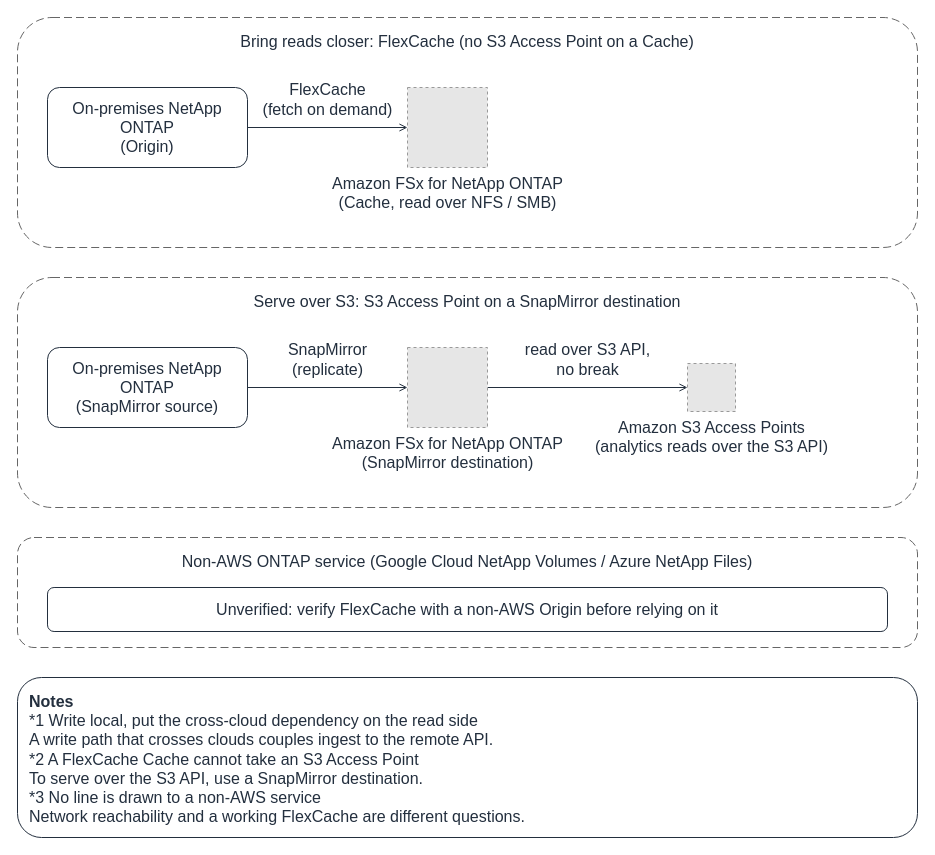
Before: docs/_assets/diagrams/ai-hpc-cross-cloud-mobility-en.drawio in Yoshiki0705/FSx-for-ONTAP-Adoption-Playbook, a draw.io diagram. Source tidied: cells renumbered, new cells numbered last; positions are measured from the earlier drawing's top-left corner, leaving out a move shared by most shapes. Both pictures are drawn from the tidied source at 100%, with x=0, y=0 at pixel (17, 17). Pictures stored in the file or linked from it are replaced by grey dashed boxes.
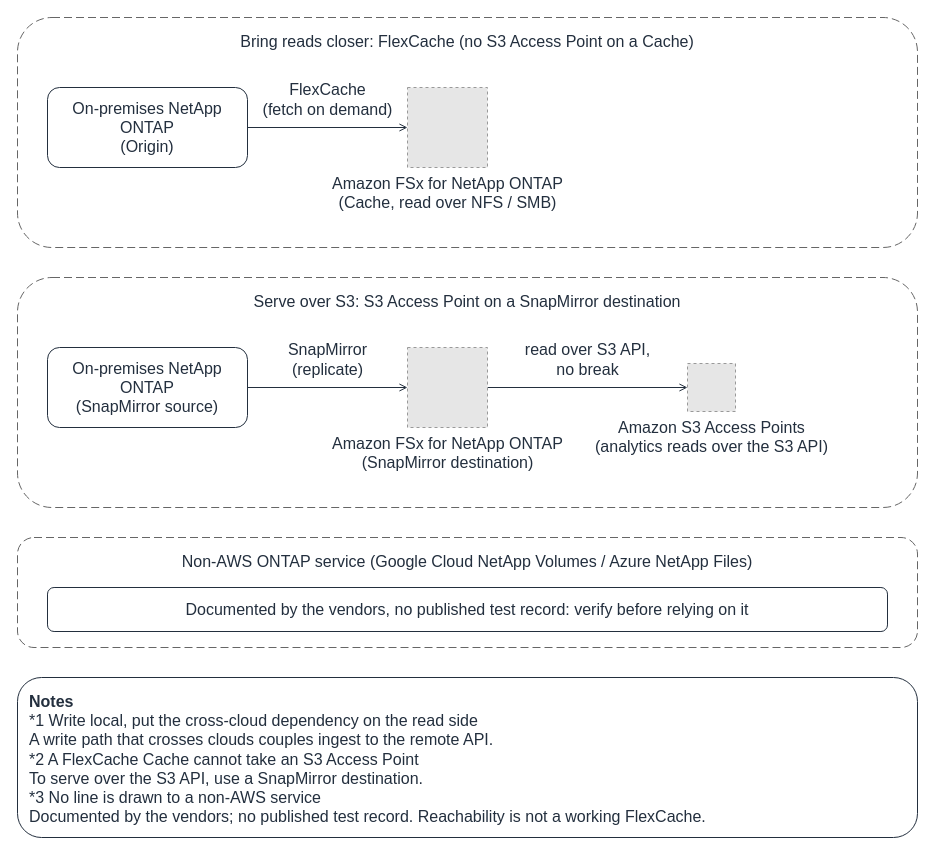
After the change.

The edit, as a diff of the source:
```diff
@@
 <mxGraphModel background="#FFFFFF">
   <root>
     <mxCell id="0" />
     <mxCell id="1" parent="0" />
     <mxCell id="2" value="FlexCache&lt;br&gt;(fetch on demand)" style="edgeStyle=orthogonalEdgeStyle;rounded=0;html=1;endArrow=open;endFill=0;strokeColor=#232F3E;strokeWidth=1;fontSize=16;fontColor=#232F3E;labelBackgroundColor=#FFFFFF;exitX=1.0;exitY=0.5;exitDx=0;exitDy=0;entryX=0.0;entryY=0.5;entryDx=0;entryDy=0;" parent="1" edge="1" source="8" target="12">
       <mxGeometry relative="1" as="geometry">
         <mxPoint y="-28" as="offset" />
       </mxGeometry>
     </mxCell>
     <mxCell id="3" value="SnapMirror&lt;br&gt;(replicate)" style="edgeStyle=orthogonalEdgeStyle;rounded=0;html=1;endArrow=open;endFill=0;strokeColor=#232F3E;strokeWidth=1;fontSize=16;fontColor=#232F3E;labelBackgroundColor=#FFFFFF;exitX=1.0;exitY=0.5;exitDx=0;exitDy=0;entryX=0.0;entryY=0.5;entryDx=0;entryDy=0;" parent="1" edge="1" source="9" target="13">
       <mxGeometry relative="1" as="geometry">
         <mxPoint y="-28" as="offset" />
       </mxGeometry>
     </mxCell>
     <mxCell id="4" value="read over S3 API,&lt;br&gt;no break" style="edgeStyle=orthogonalEdgeStyle;rounded=0;html=1;endArrow=open;endFill=0;strokeColor=#232F3E;strokeWidth=1;fontSize=16;fontColor=#232F3E;labelBackgroundColor=#FFFFFF;exitX=1.0;exitY=0.5;exitDx=0;exitDy=0;entryX=0.0;entryY=0.5;entryDx=0;entryDy=0;" parent="1" edge="1" source="13" target="14">
       <mxGeometry relative="1" as="geometry">
         <mxPoint y="-28" as="offset" />
       </mxGeometry>
     </mxCell>
     <mxCell id="5" value="Bring reads closer: FlexCache (no S3 Access Point on a Cache)" style="rounded=1;whiteSpace=wrap;html=1;dashed=1;dashPattern=8 4;strokeColor=#666666;fillColor=none;fontColor=#232F3E;fontSize=16;verticalAlign=top;align=center;spacingTop=8;" parent="1" vertex="1">
       <mxGeometry width="900" height="230" as="geometry" />
     </mxCell>
     <mxCell id="6" value="Serve over S3: S3 Access Point on a SnapMirror destination" style="rounded=1;whiteSpace=wrap;html=1;dashed=1;dashPattern=8 4;strokeColor=#666666;fillColor=none;fontColor=#232F3E;fontSize=16;verticalAlign=top;align=center;spacingTop=8;" parent="1" vertex="1">
       <mxGeometry y="260" width="900" height="230" as="geometry" />
     </mxCell>
     <mxCell id="7" value="Non-AWS ONTAP service (Google Cloud NetApp Volumes / Azure NetApp Files)" style="rounded=1;whiteSpace=wrap;html=1;dashed=1;dashPattern=8 4;strokeColor=#666666;fillColor=none;fontColor=#232F3E;fontSize=16;verticalAlign=top;align=center;spacingTop=8;" parent="1" vertex="1">
       <mxGeometry y="520" width="900" height="110" as="geometry" />
     </mxCell>
     <mxCell id="8" value="On-premises NetApp ONTAP&lt;br&gt;(Origin)" style="rounded=1;whiteSpace=wrap;html=1;strokeColor=#232F3E;fillColor=none;fontColor=#232F3E;fontSize=16;verticalAlign=middle;align=center;" parent="1" vertex="1">
       <mxGeometry x="30" y="70" width="200" height="80" as="geometry" />
     </mxCell>
     <mxCell id="9" value="On-premises NetApp ONTAP&lt;br&gt;(SnapMirror source)" style="rounded=1;whiteSpace=wrap;html=1;strokeColor=#232F3E;fillColor=none;fontColor=#232F3E;fontSize=16;verticalAlign=middle;align=center;" parent="1" vertex="1">
       <mxGeometry x="30" y="330" width="200" height="80" as="geometry" />
     </mxCell>
-    <mxCell id="10" value="Unverified: verify FlexCache with a non-AWS Origin before relying on it" style="rounded=1;whiteSpace=wrap;html=1;strokeColor=#232F3E;fillColor=none;fontColor=#232F3E;fontSize=16;verticalAlign=middle;align=center;" parent="1" vertex="1">
+    <mxCell id="10" value="Documented by the vendors, no published test record: verify before relying on it" style="rounded=1;whiteSpace=wrap;html=1;strokeColor=#232F3E;fillColor=none;fontColor=#232F3E;fontSize=16;verticalAlign=middle;align=center;" parent="1" vertex="1">
       <mxGeometry x="30" y="570" width="840" height="44" as="geometry" />
     </mxCell>
-    <mxCell id="11" value="&lt;b&gt;Notes&lt;/b&gt;&lt;br&gt;*1 Write local, put the cross-cloud dependency on the read side&lt;br&gt;A write path that crosses clouds couples ingest to the remote API.&lt;br&gt;*2 A FlexCache Cache cannot take an S3 Access Point&lt;br&gt;To serve over the S3 API, use a SnapMirror destination.&lt;br&gt;*3 No line is drawn to a non-AWS service&lt;br&gt;Network reachability and a working FlexCache are different questions." style="rounded=1;whiteSpace=wrap;html=1;strokeColor=#232F3E;fillColor=none;fontColor=#232F3E;fontSize=16;verticalAlign=top;align=left;spacingLeft=10;spacingRight=10;spacingTop=8;" parent="1" vertex="1">
+    <mxCell id="11" value="&lt;b&gt;Notes&lt;/b&gt;&lt;br&gt;*1 Write local, put the cross-cloud dependency on the read side&lt;br&gt;A write path that crosses clouds couples ingest to the remote API.&lt;br&gt;*2 A FlexCache Cache cannot take an S3 Access Point&lt;br&gt;To serve over the S3 API, use a SnapMirror destination.&lt;br&gt;*3 No line is drawn to a non-AWS service&lt;br&gt;Documented by the vendors; no published test record. Reachability is not a working FlexCache." style="rounded=1;whiteSpace=wrap;html=1;strokeColor=#232F3E;fillColor=none;fontColor=#232F3E;fontSize=16;verticalAlign=top;align=left;spacingLeft=10;spacingRight=10;spacingTop=8;" parent="1" vertex="1">
       <mxGeometry y="660" width="900" height="160" as="geometry" />
     </mxCell>
     <mxCell id="12" value="Amazon FSx for NetApp ONTAP&lt;br&gt;(Cache, read over NFS / SMB)" style="fillColor=#E6E6E6;strokeColor=#999999;dashed=1;html=1;verticalLabelPosition=bottom;verticalAlign=top;labelPosition=center;align=center;fontSize=16;fontColor=#232F3E;" parent="1" vertex="1">
       <mxGeometry x="390" y="70" width="80" height="80" as="geometry" />
     </mxCell>
     <mxCell id="13" value="Amazon FSx for NetApp ONTAP&lt;br&gt;(SnapMirror destination)" style="fillColor=#E6E6E6;strokeColor=#999999;dashed=1;html=1;verticalLabelPosition=bottom;verticalAlign=top;labelPosition=center;align=center;fontSize=16;fontColor=#232F3E;" parent="1" vertex="1">
       <mxGeometry x="390" y="330" width="80" height="80" as="geometry" />
     </mxCell>
     <mxCell id="14" value="Amazon S3 Access Points&lt;br&gt;(analytics reads over the S3 API)" style="fillColor=#E6E6E6;strokeColor=#999999;dashed=1;html=1;verticalLabelPosition=bottom;verticalAlign=top;labelPosition=center;align=center;fontSize=16;fontColor=#232F3E;" parent="1" vertex="1">
       <mxGeometry x="670" y="346" width="48" height="48" as="geometry" />
     </mxCell>
   </root>
 </mxGraphModel>
```
